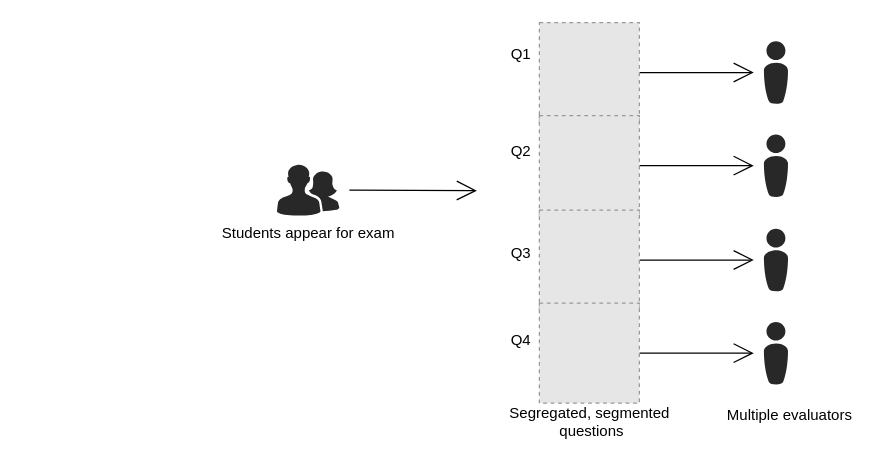
This is proposed method.drawio from AdityaKane2001/answersheet_automation, a draw.io file, before an edit. Source tidied: cells renumbered, new cells numbered last; positions are measured from the earlier drawing's top-left corner, leaving out a move shared by most shapes. Both pictures are drawn from the tidied source at 125%, with x=0, y=0 at pixel (276, 22). Pictures stored in the file or linked from it are replaced by grey dashed boxes.
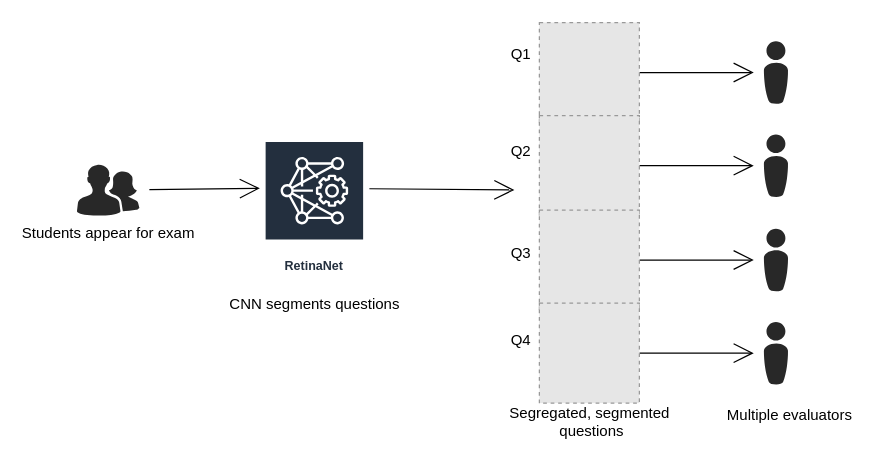
After the change.

Change to the diagram source:
```diff
@@
-    <mxCell id="2" style="edgeStyle=none;curved=1;rounded=0;jettySize=auto;html=1;endArrow=open;startSize=14;endSize=14;sourcePerimeterSpacing=8;targetPerimeterSpacing=8;" parent="1" edge="1" source="3">
-      <mxGeometry relative="1" as="geometry">
-        <mxPoint x="160" y="134" as="targetPoint" />
-      </mxGeometry>
-    </mxCell>
+    <mxCell id="22" style="edgeStyle=none;curved=1;rounded=0;jettySize=auto;html=1;endArrow=open;startSize=14;endSize=14;sourcePerimeterSpacing=8;targetPerimeterSpacing=8;entryX=-0.045;entryY=0.347;entryDx=0;entryDy=0;entryPerimeter=0;" parent="1" edge="1" source="3" target="25">
+      <mxGeometry relative="1" as="geometry" />
+    </mxCell>
     <mxCell id="3" value="Students appear for exam" style="verticalLabelPosition=bottom;sketch=0;html=1;fillColor=#282828;strokeColor=none;verticalAlign=top;align=center;shape=mxgraph.cisco_safe.people_places_things_icons.icon2;hachureGap=4;" parent="1" vertex="1">
-      <mxGeometry y="113" width="50" height="41" as="geometry" />
+      <mxGeometry x="-160" y="113" width="50" height="41" as="geometry" />
     </mxCell>
@@
+    <mxCell id="23" style="edgeStyle=none;curved=1;rounded=0;orthogonalLoop=1;jettySize=auto;html=1;endArrow=open;startSize=14;endSize=14;sourcePerimeterSpacing=8;targetPerimeterSpacing=8;exitX=1;exitY=0.5;exitDx=0;exitDy=0;" parent="1" edge="1">
+      <mxGeometry relative="1" as="geometry">
+        <mxPoint x="74" y="132.5" as="sourcePoint" />
+        <mxPoint x="190" y="133.5" as="targetPoint" />
+      </mxGeometry>
+    </mxCell>
+    <mxCell id="24" value="CNN segments questions&lt;br&gt;" style="text;html=1;align=center;verticalAlign=middle;strokeColor=none;fillColor=none;" parent="1" vertex="1">
+      <mxGeometry x="-45" y="214.5" width="150" height="20" as="geometry" />
+    </mxCell>
+    <mxCell id="25" value="RetinaNet" style="sketch=0;outlineConnect=0;fontColor=#232F3E;gradientColor=none;strokeColor=#ffffff;fillColor=#232F3E;dashed=0;verticalLabelPosition=middle;verticalAlign=bottom;align=center;html=1;whiteSpace=wrap;fontSize=10;fontStyle=1;spacing=3;shape=mxgraph.aws4.productIcon;prIcon=mxgraph.aws4.deep_learning_amis;" parent="1" vertex="1">
+      <mxGeometry x="-10" y="94" width="80" height="110" as="geometry" />
+    </mxCell>
```
